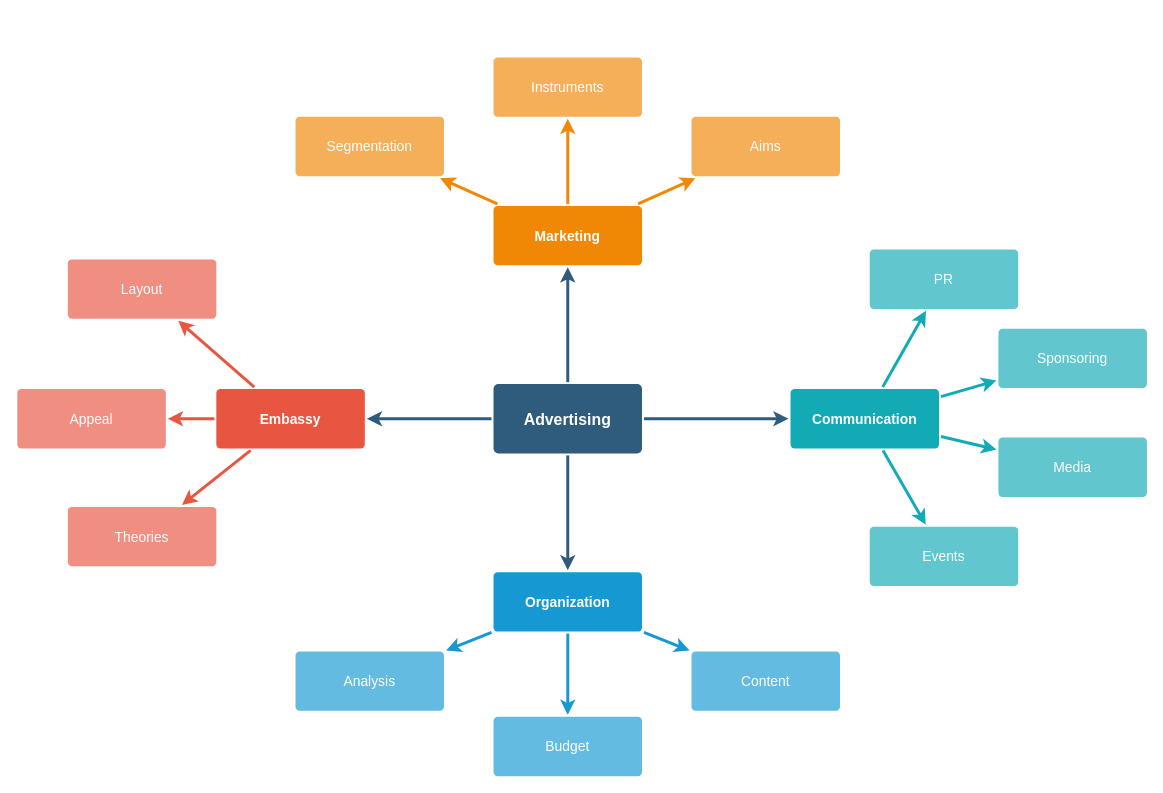
Earlier version of the draw.io diagram Biểu đồ không có tiêu đề.drawio (huynhthom/my-note). Source tidied: cells renumbered, new cells numbered last; positions are measured from the earlier drawing's top-left corner, leaving out a move shared by most shapes. Both pictures are drawn from the tidied source at 99%, with x=0, y=0 at pixel (17, 56).
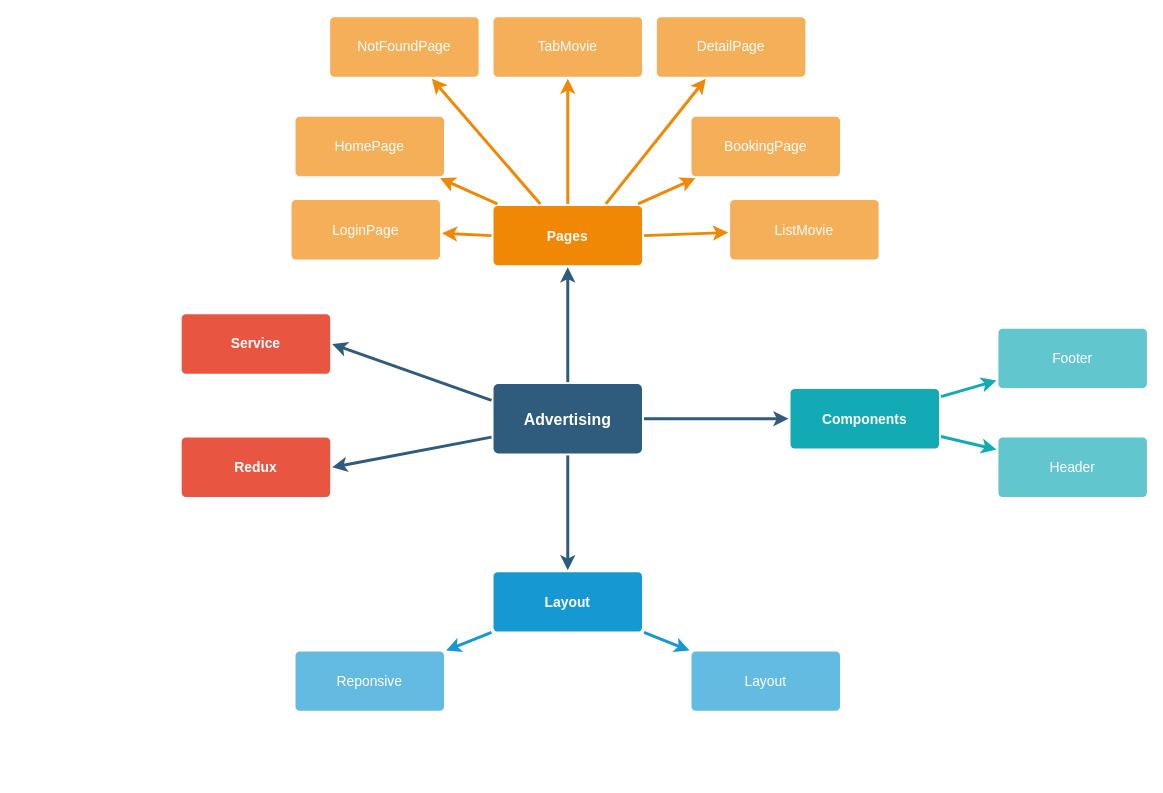
The same diagram, later.

The change refers to these unchanged cells:
```xml
<mxCell id="6" value="Advertising" style="rounded=1;whiteSpace=wrap;html=1;shadow=0;labelBackgroundColor=none;strokeColor=none;strokeWidth=3;fillColor=#2F5B7C;fontFamily=Helvetica;fontSize=16;fontColor=#FFFFFF;align=center;fontStyle=1;spacing=5;arcSize=7;perimeterSpacing=2;" parent="1" vertex="1">
  <mxGeometry x="481" y="330.5" width="150" height="70" as="geometry" />
</mxCell>
```

Diff of the diagram source:
```diff
@@
-    <mxCell id="5" style="edgeStyle=none;rounded=0;jumpStyle=none;html=1;shadow=0;labelBackgroundColor=none;startArrow=none;startFill=0;endArrow=classic;endFill=1;jettySize=auto;strokeColor=#2F5B7C;strokeWidth=3;fontFamily=Helvetica;fontSize=16;fontColor=#23445D;spacing=5;" parent="1" edge="1" source="6" target="10">
+    <mxCell id="5" style="edgeStyle=none;rounded=0;jumpStyle=none;html=1;shadow=0;labelBackgroundColor=none;startArrow=none;startFill=0;endArrow=classic;endFill=1;jettySize=auto;strokeColor=#2F5B7C;strokeWidth=3;fontFamily=Helvetica;fontSize=16;fontColor=#23445D;spacing=5;entryX=1;entryY=0.5;entryDx=0;entryDy=0;exitX=0;exitY=0.25;exitDx=0;exitDy=0;" parent="1" edge="1" source="6" target="10">
       <mxGeometry relative="1" as="geometry" />
     </mxCell>
@@
-    <mxCell id="7" style="edgeStyle=none;rounded=1;jumpStyle=none;html=1;shadow=0;labelBackgroundColor=none;startArrow=none;startFill=0;jettySize=auto;strokeColor=#E85642;strokeWidth=3;fontFamily=Helvetica;fontSize=14;fontColor=#FFFFFF;spacing=5;fontStyle=1;fillColor=#b0e3e6;" parent="1" edge="1" source="10" target="13">
-      <mxGeometry relative="1" as="geometry" />
-    </mxCell>
-    <mxCell id="8" style="edgeStyle=none;rounded=1;jumpStyle=none;html=1;shadow=0;labelBackgroundColor=none;startArrow=none;startFill=0;jettySize=auto;strokeColor=#E85642;strokeWidth=3;fontFamily=Helvetica;fontSize=14;fontColor=#FFFFFF;spacing=5;fontStyle=1;fillColor=#b0e3e6;" parent="1" edge="1" source="10" target="12">
-      <mxGeometry relative="1" as="geometry" />
-    </mxCell>
-    <mxCell id="9" style="edgeStyle=none;rounded=1;jumpStyle=none;html=1;shadow=0;labelBackgroundColor=none;startArrow=none;startFill=0;jettySize=auto;strokeColor=#E85642;strokeWidth=3;fontFamily=Helvetica;fontSize=14;fontColor=#FFFFFF;spacing=5;fontStyle=1;fillColor=#b0e3e6;" parent="1" edge="1" source="10" target="11">
-      <mxGeometry relative="1" as="geometry" />
-    </mxCell>
-    <mxCell id="10" value="Embassy" style="rounded=1;whiteSpace=wrap;html=1;shadow=0;labelBackgroundColor=none;strokeColor=none;strokeWidth=3;fillColor=#e85642;fontFamily=Helvetica;fontSize=14;fontColor=#FFFFFF;align=center;spacing=5;fontStyle=1;arcSize=7;perimeterSpacing=2;" parent="1" vertex="1">
-      <mxGeometry x="201" y="335.5" width="150" height="60" as="geometry" />
+    <mxCell id="10" value="Service" style="rounded=1;whiteSpace=wrap;html=1;shadow=0;labelBackgroundColor=none;strokeColor=none;strokeWidth=3;fillColor=#e85642;fontFamily=Helvetica;fontSize=14;fontColor=#FFFFFF;align=center;spacing=5;fontStyle=1;arcSize=7;perimeterSpacing=2;" parent="1" vertex="1">
+      <mxGeometry x="166" y="260" width="150" height="60" as="geometry" />
     </mxCell>
-    <mxCell id="11" value="Theories" style="rounded=1;whiteSpace=wrap;html=1;shadow=0;labelBackgroundColor=none;strokeColor=none;strokeWidth=3;fillColor=#f08e81;fontFamily=Helvetica;fontSize=14;fontColor=#FFFFFF;align=center;spacing=5;fontStyle=0;arcSize=7;perimeterSpacing=2;" parent="1" vertex="1">
-      <mxGeometry x="51" y="454.5" width="150" height="60" as="geometry" />
-    </mxCell>
-    <mxCell id="12" value="Appeal" style="rounded=1;whiteSpace=wrap;html=1;shadow=0;labelBackgroundColor=none;strokeColor=none;strokeWidth=3;fillColor=#f08e81;fontFamily=Helvetica;fontSize=14;fontColor=#FFFFFF;align=center;spacing=5;fontStyle=0;arcSize=7;perimeterSpacing=2;" parent="1" vertex="1">
-      <mxGeometry y="335.5" width="150" height="60" as="geometry" />
-    </mxCell>
-    <mxCell id="13" value="Layout" style="rounded=1;whiteSpace=wrap;html=1;shadow=0;labelBackgroundColor=none;strokeColor=none;strokeWidth=3;fillColor=#f08e81;fontFamily=Helvetica;fontSize=14;fontColor=#FFFFFF;align=center;spacing=5;fontStyle=0;arcSize=7;perimeterSpacing=2;" parent="1" vertex="1">
-      <mxGeometry x="51" y="204.5" width="150" height="60" as="geometry" />
-    </mxCell>
@@
-    <mxCell id="15" style="edgeStyle=none;rounded=0;jumpStyle=none;html=1;shadow=0;labelBackgroundColor=none;startArrow=none;startFill=0;endArrow=classic;endFill=1;jettySize=auto;strokeColor=#1699D3;strokeWidth=3;fontFamily=Helvetica;fontSize=14;fontColor=#FFFFFF;spacing=5;" parent="1" edge="1" source="17" target="19">
-      <mxGeometry relative="1" as="geometry" />
-    </mxCell>
@@
-    <mxCell id="17" value="Organization" style="rounded=1;whiteSpace=wrap;html=1;shadow=0;labelBackgroundColor=none;strokeColor=none;strokeWidth=3;fillColor=#1699d3;fontFamily=Helvetica;fontSize=14;fontColor=#FFFFFF;align=center;spacing=5;fontStyle=1;arcSize=7;perimeterSpacing=2;" parent="1" vertex="1">
+    <mxCell id="17" value="Layout" style="rounded=1;whiteSpace=wrap;html=1;shadow=0;labelBackgroundColor=none;strokeColor=none;strokeWidth=3;fillColor=#1699d3;fontFamily=Helvetica;fontSize=14;fontColor=#FFFFFF;align=center;spacing=5;fontStyle=1;arcSize=7;perimeterSpacing=2;" parent="1" vertex="1">
       <mxGeometry x="481" y="520.5" width="150" height="60" as="geometry" />
     </mxCell>
-    <mxCell id="18" value="Content" style="rounded=1;whiteSpace=wrap;html=1;shadow=0;labelBackgroundColor=none;strokeColor=none;strokeWidth=3;fillColor=#64bbe2;fontFamily=Helvetica;fontSize=14;fontColor=#FFFFFF;align=center;spacing=5;arcSize=7;perimeterSpacing=2;" parent="1" vertex="1">
+    <mxCell id="18" value="Layout" style="rounded=1;whiteSpace=wrap;html=1;shadow=0;labelBackgroundColor=none;strokeColor=none;strokeWidth=3;fillColor=#64bbe2;fontFamily=Helvetica;fontSize=14;fontColor=#FFFFFF;align=center;spacing=5;arcSize=7;perimeterSpacing=2;" parent="1" vertex="1">
       <mxGeometry x="681" y="600.5" width="150" height="60" as="geometry" />
     </mxCell>
-    <mxCell id="19" value="Budget" style="rounded=1;whiteSpace=wrap;html=1;shadow=0;labelBackgroundColor=none;strokeColor=none;strokeWidth=3;fillColor=#64bbe2;fontFamily=Helvetica;fontSize=14;fontColor=#FFFFFF;align=center;spacing=5;arcSize=7;perimeterSpacing=2;" parent="1" vertex="1">
-      <mxGeometry x="481" y="666.5" width="150" height="60" as="geometry" />
-    </mxCell>
-    <mxCell id="20" value="Analysis" style="rounded=1;whiteSpace=wrap;html=1;shadow=0;labelBackgroundColor=none;strokeColor=none;strokeWidth=3;fillColor=#64bbe2;fontFamily=Helvetica;fontSize=14;fontColor=#FFFFFF;align=center;spacing=5;arcSize=7;perimeterSpacing=2;" parent="1" vertex="1">
+    <mxCell id="20" value="Reponsive" style="rounded=1;whiteSpace=wrap;html=1;shadow=0;labelBackgroundColor=none;strokeColor=none;strokeWidth=3;fillColor=#64bbe2;fontFamily=Helvetica;fontSize=14;fontColor=#FFFFFF;align=center;spacing=5;arcSize=7;perimeterSpacing=2;" parent="1" vertex="1">
       <mxGeometry x="281" y="600.5" width="150" height="60" as="geometry" />
     </mxCell>
-    <mxCell id="21" value="Marketing" style="rounded=1;whiteSpace=wrap;html=1;shadow=0;labelBackgroundColor=none;strokeColor=none;strokeWidth=3;fillColor=#F08705;fontFamily=Helvetica;fontSize=14;fontColor=#FFFFFF;align=center;spacing=5;fontStyle=1;arcSize=7;perimeterSpacing=2;" parent="1" vertex="1">
+    <mxCell id="21" value="Pages" style="rounded=1;whiteSpace=wrap;html=1;shadow=0;labelBackgroundColor=none;strokeColor=none;strokeWidth=3;fillColor=#F08705;fontFamily=Helvetica;fontSize=14;fontColor=#FFFFFF;align=center;spacing=5;fontStyle=1;arcSize=7;perimeterSpacing=2;" parent="1" vertex="1">
       <mxGeometry x="481" y="150.5" width="150" height="60" as="geometry" />
     </mxCell>
-    <mxCell id="22" value="Aims&lt;br&gt;" style="rounded=1;whiteSpace=wrap;html=1;shadow=0;labelBackgroundColor=none;strokeColor=none;strokeWidth=3;fillColor=#f5af58;fontFamily=Helvetica;fontSize=14;fontColor=#FFFFFF;align=center;spacing=5;arcSize=7;perimeterSpacing=2;" parent="1" vertex="1">
+    <mxCell id="22" value="BookingPage" style="rounded=1;whiteSpace=wrap;html=1;shadow=0;labelBackgroundColor=none;strokeColor=none;strokeWidth=3;fillColor=#f5af58;fontFamily=Helvetica;fontSize=14;fontColor=#FFFFFF;align=center;spacing=5;arcSize=7;perimeterSpacing=2;" parent="1" vertex="1">
       <mxGeometry x="681" y="60.5" width="150" height="60" as="geometry" />
     </mxCell>
@@
-    <mxCell id="24" value="Instruments" style="rounded=1;whiteSpace=wrap;html=1;shadow=0;labelBackgroundColor=none;strokeColor=none;strokeWidth=3;fillColor=#f5af58;fontFamily=Helvetica;fontSize=14;fontColor=#FFFFFF;align=center;spacing=5;arcSize=7;perimeterSpacing=2;" parent="1" vertex="1">
-      <mxGeometry x="481" y="0.5" width="150" height="60" as="geometry" />
+    <mxCell id="24" value="NotFoundPage" style="rounded=1;whiteSpace=wrap;html=1;shadow=0;labelBackgroundColor=none;strokeColor=none;strokeWidth=3;fillColor=#f5af58;fontFamily=Helvetica;fontSize=14;fontColor=#FFFFFF;align=center;spacing=5;arcSize=7;perimeterSpacing=2;" parent="1" vertex="1">
+      <mxGeometry x="316" y="-40" width="150" height="60" as="geometry" />
     </mxCell>
@@
-    <mxCell id="26" value="Segmentation" style="rounded=1;whiteSpace=wrap;html=1;shadow=0;labelBackgroundColor=none;strokeColor=none;strokeWidth=3;fillColor=#f5af58;fontFamily=Helvetica;fontSize=14;fontColor=#FFFFFF;align=center;spacing=5;arcSize=7;perimeterSpacing=2;" parent="1" vertex="1">
+    <mxCell id="26" value="HomePage" style="rounded=1;whiteSpace=wrap;html=1;shadow=0;labelBackgroundColor=none;strokeColor=none;strokeWidth=3;fillColor=#f5af58;fontFamily=Helvetica;fontSize=14;fontColor=#FFFFFF;align=center;spacing=5;arcSize=7;perimeterSpacing=2;" parent="1" vertex="1">
       <mxGeometry x="281" y="60.5" width="150" height="60" as="geometry" />
     </mxCell>
@@
-    <mxCell id="28" value="Communication" style="rounded=1;whiteSpace=wrap;html=1;shadow=0;labelBackgroundColor=none;strokeColor=none;strokeWidth=3;fillColor=#12aab5;fontFamily=Helvetica;fontSize=14;fontColor=#FFFFFF;align=center;spacing=5;fontStyle=1;arcSize=7;perimeterSpacing=2;" parent="1" vertex="1">
+    <mxCell id="28" value="Components" style="rounded=1;whiteSpace=wrap;html=1;shadow=0;labelBackgroundColor=none;strokeColor=none;strokeWidth=3;fillColor=#12aab5;fontFamily=Helvetica;fontSize=14;fontColor=#FFFFFF;align=center;spacing=5;fontStyle=1;arcSize=7;perimeterSpacing=2;" parent="1" vertex="1">
       <mxGeometry x="781" y="335.5" width="150" height="60" as="geometry" />
     </mxCell>
-    <mxCell id="29" value="Events" style="rounded=1;whiteSpace=wrap;html=1;shadow=0;labelBackgroundColor=none;strokeColor=none;strokeWidth=3;fillColor=#61c6ce;fontFamily=Helvetica;fontSize=14;fontColor=#FFFFFF;align=center;spacing=5;fontStyle=0;arcSize=7;perimeterSpacing=2;" parent="1" vertex="1">
-      <mxGeometry x="861" y="474.5" width="150" height="60" as="geometry" />
-    </mxCell>
-    <mxCell id="30" style="edgeStyle=none;rounded=1;jumpStyle=none;html=1;shadow=0;labelBackgroundColor=none;startArrow=none;startFill=0;jettySize=auto;strokeColor=#12AAB5;strokeWidth=3;fontFamily=Helvetica;fontSize=14;fontColor=#FFFFFF;spacing=5;fontStyle=1;fillColor=#b0e3e6;" parent="1" edge="1" source="28" target="29">
-      <mxGeometry relative="1" as="geometry" />
-    </mxCell>
-    <mxCell id="31" value="Media" style="rounded=1;whiteSpace=wrap;html=1;shadow=0;labelBackgroundColor=none;strokeColor=none;strokeWidth=3;fillColor=#61c6ce;fontFamily=Helvetica;fontSize=14;fontColor=#FFFFFF;align=center;spacing=5;fontStyle=0;arcSize=7;perimeterSpacing=2;" parent="1" vertex="1">
+    <mxCell id="31" value="Header" style="rounded=1;whiteSpace=wrap;html=1;shadow=0;labelBackgroundColor=none;strokeColor=none;strokeWidth=3;fillColor=#61c6ce;fontFamily=Helvetica;fontSize=14;fontColor=#FFFFFF;align=center;spacing=5;fontStyle=0;arcSize=7;perimeterSpacing=2;" parent="1" vertex="1">
       <mxGeometry x="991" y="384.5" width="150" height="60" as="geometry" />
     </mxCell>
@@
-    <mxCell id="33" value="Sponsoring" style="rounded=1;whiteSpace=wrap;html=1;shadow=0;labelBackgroundColor=none;strokeColor=none;strokeWidth=3;fillColor=#61c6ce;fontFamily=Helvetica;fontSize=14;fontColor=#FFFFFF;align=center;spacing=5;fontStyle=0;arcSize=7;perimeterSpacing=2;" parent="1" vertex="1">
+    <mxCell id="33" value="Footer" style="rounded=1;whiteSpace=wrap;html=1;shadow=0;labelBackgroundColor=none;strokeColor=none;strokeWidth=3;fillColor=#61c6ce;fontFamily=Helvetica;fontSize=14;fontColor=#FFFFFF;align=center;spacing=5;fontStyle=0;arcSize=7;perimeterSpacing=2;" parent="1" vertex="1">
       <mxGeometry x="991" y="274.5" width="150" height="60" as="geometry" />
     </mxCell>
@@
-    <mxCell id="35" value="PR" style="rounded=1;whiteSpace=wrap;html=1;shadow=0;labelBackgroundColor=none;strokeColor=none;strokeWidth=3;fillColor=#61c6ce;fontFamily=Helvetica;fontSize=14;fontColor=#FFFFFF;align=center;spacing=5;fontStyle=0;arcSize=7;perimeterSpacing=2;" parent="1" vertex="1">
-      <mxGeometry x="861" y="194.5" width="150" height="60" as="geometry" />
-    </mxCell>
-    <mxCell id="36" style="edgeStyle=none;rounded=1;jumpStyle=none;html=1;shadow=0;labelBackgroundColor=none;startArrow=none;startFill=0;jettySize=auto;strokeColor=#12AAB5;strokeWidth=3;fontFamily=Helvetica;fontSize=14;fontColor=#FFFFFF;spacing=5;fontStyle=1;fillColor=#b0e3e6;" parent="1" edge="1" source="28" target="35">
-      <mxGeometry relative="1" as="geometry" />
-    </mxCell>
+    <mxCell id="37" value="ListMovie" style="rounded=1;whiteSpace=wrap;html=1;shadow=0;labelBackgroundColor=none;strokeColor=none;strokeWidth=3;fillColor=#f5af58;fontFamily=Helvetica;fontSize=14;fontColor=#FFFFFF;align=center;spacing=5;arcSize=7;perimeterSpacing=2;" parent="1" vertex="1">
+      <mxGeometry x="720" y="144.5" width="150" height="60" as="geometry" />
+    </mxCell>
+    <mxCell id="38" style="edgeStyle=none;rounded=0;jumpStyle=none;html=1;shadow=0;labelBackgroundColor=none;startArrow=none;startFill=0;endArrow=classic;endFill=1;jettySize=auto;strokeColor=#F08705;strokeWidth=3;fontFamily=Helvetica;fontSize=14;fontColor=#FFFFFF;spacing=5;exitX=1;exitY=0.5;exitDx=0;exitDy=0;" parent="1" edge="1" source="21" target="37">
+      <mxGeometry relative="1" as="geometry" />
+    </mxCell>
+    <mxCell id="39" value="LoginPage" style="rounded=1;whiteSpace=wrap;html=1;shadow=0;labelBackgroundColor=none;strokeColor=none;strokeWidth=3;fillColor=#f5af58;fontFamily=Helvetica;fontSize=14;fontColor=#FFFFFF;align=center;spacing=5;arcSize=7;perimeterSpacing=2;" parent="1" vertex="1">
+      <mxGeometry x="277" y="144.5" width="150" height="60" as="geometry" />
+    </mxCell>
+    <mxCell id="40" style="edgeStyle=none;rounded=0;jumpStyle=none;html=1;shadow=0;labelBackgroundColor=none;startArrow=none;startFill=0;endArrow=classic;endFill=1;jettySize=auto;strokeColor=#F08705;strokeWidth=3;fontFamily=Helvetica;fontSize=14;fontColor=#FFFFFF;spacing=5;exitX=0;exitY=0.5;exitDx=0;exitDy=0;" parent="1" edge="1" source="21" target="39">
+      <mxGeometry relative="1" as="geometry" />
+    </mxCell>
+    <mxCell id="41" value="DetailPage" style="rounded=1;whiteSpace=wrap;html=1;shadow=0;labelBackgroundColor=none;strokeColor=none;strokeWidth=3;fillColor=#f5af58;fontFamily=Helvetica;fontSize=14;fontColor=#FFFFFF;align=center;spacing=5;arcSize=7;perimeterSpacing=2;" parent="1" vertex="1">
+      <mxGeometry x="646" y="-40" width="150" height="60" as="geometry" />
+    </mxCell>
+    <mxCell id="42" style="edgeStyle=none;rounded=0;jumpStyle=none;html=1;shadow=0;labelBackgroundColor=none;startArrow=none;startFill=0;endArrow=classic;endFill=1;jettySize=auto;strokeColor=#F08705;strokeWidth=3;fontFamily=Helvetica;fontSize=14;fontColor=#FFFFFF;spacing=5;exitX=0.75;exitY=0;exitDx=0;exitDy=0;" parent="1" edge="1" source="21" target="41">
+      <mxGeometry relative="1" as="geometry" />
+    </mxCell>
+    <mxCell id="43" value="TabMovie" style="rounded=1;whiteSpace=wrap;html=1;shadow=0;labelBackgroundColor=none;strokeColor=none;strokeWidth=3;fillColor=#f5af58;fontFamily=Helvetica;fontSize=14;fontColor=#FFFFFF;align=center;spacing=5;arcSize=7;perimeterSpacing=2;" parent="1" vertex="1">
+      <mxGeometry x="481" y="-40" width="150" height="60" as="geometry" />
+    </mxCell>
+    <mxCell id="44" style="edgeStyle=none;rounded=0;jumpStyle=none;html=1;shadow=0;labelBackgroundColor=none;startArrow=none;startFill=0;endArrow=classic;endFill=1;jettySize=auto;strokeColor=#F08705;strokeWidth=3;fontFamily=Helvetica;fontSize=14;fontColor=#FFFFFF;spacing=5;exitX=0.5;exitY=0;exitDx=0;exitDy=0;" parent="1" edge="1" source="21" target="43">
+      <mxGeometry relative="1" as="geometry" />
+    </mxCell>
+    <mxCell id="45" style="edgeStyle=none;rounded=0;jumpStyle=none;html=1;shadow=0;labelBackgroundColor=none;startArrow=none;startFill=0;endArrow=classic;endFill=1;jettySize=auto;strokeColor=#2F5B7C;strokeWidth=3;fontFamily=Helvetica;fontSize=16;fontColor=#23445D;spacing=5;entryX=1;entryY=0.5;entryDx=0;entryDy=0;exitX=0;exitY=0.75;exitDx=0;exitDy=0;" parent="1" edge="1" source="6" target="46">
+      <mxGeometry relative="1" as="geometry" />
+    </mxCell>
+    <mxCell id="46" value="Redux" style="rounded=1;whiteSpace=wrap;html=1;shadow=0;labelBackgroundColor=none;strokeColor=none;strokeWidth=3;fillColor=#e85642;fontFamily=Helvetica;fontSize=14;fontColor=#FFFFFF;align=center;spacing=5;fontStyle=1;arcSize=7;perimeterSpacing=2;" parent="1" vertex="1">
+      <mxGeometry x="166" y="384.5" width="150" height="60" as="geometry" />
+    </mxCell>
```
